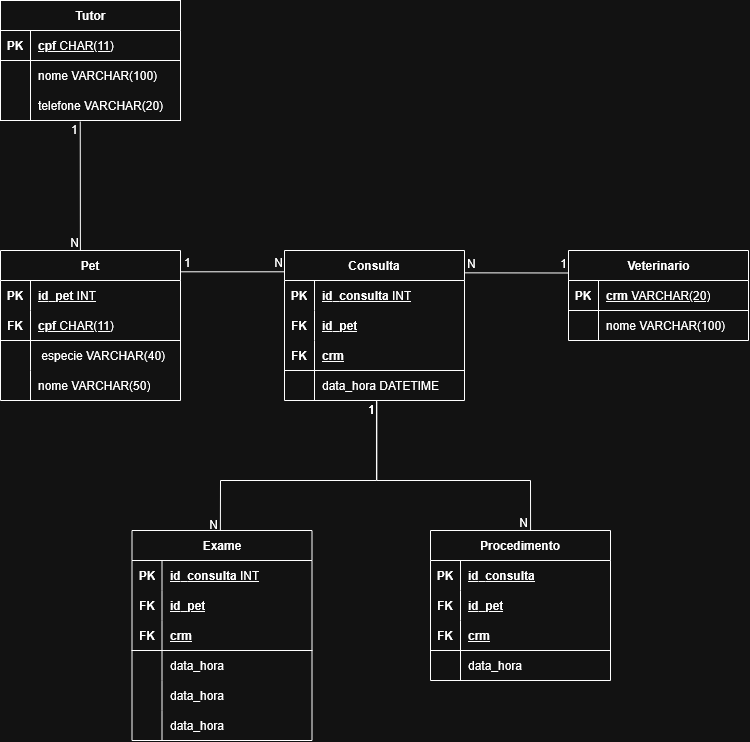
This is diagrama/logico.png from tharsosvert/veterinaria-senai, a draw.io export, as it was before one commit. Source tidied: cells renumbered, new cells last; positions are measured from the earlier drawing's top-left corner, leaving out a move shared by most shapes.
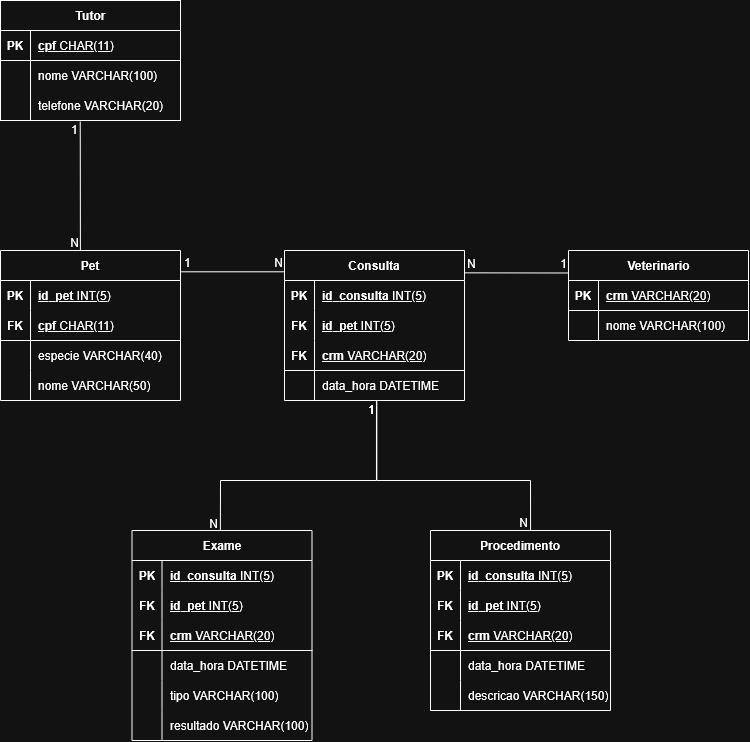
Later version of the same file.

What changed in the source:
```diff
@@ -29,7 +29,7 @@
     <mxCell id="10" style="shape=partialRectangle;fillColor=none;top=0;left=0;bottom=0;right=0;overflow=hidden;whiteSpace=wrap;html=1;" parent="9" vertex="1">
       <mxGeometry width="30" height="30" as="geometry" />
     </mxCell>
-    <mxCell id="11" value="telefone&amp;nbsp;VARCHAR(20)" style="shape=partialRectangle;fillColor=none;top=0;left=0;bottom=0;right=0;align=left;spacingLeft=6;overflow=hidden;whiteSpace=wrap;html=1;" parent="9" vertex="1">
+    <mxCell id="11" value="telefone VARCHAR(20)" style="shape=partialRectangle;fillColor=none;top=0;left=0;bottom=0;right=0;align=left;spacingLeft=6;overflow=hidden;whiteSpace=wrap;html=1;" parent="9" vertex="1">
       <mxGeometry x="30" width="150" height="30" as="geometry" />
     </mxCell>
     <mxCell id="12" value="Veterinario" style="shape=table;startSize=30;rowLines=0;fontStyle=1;align=center;html=1;" parent="1" vertex="1">
@@ -62,7 +62,7 @@
     <mxCell id="21" value="PK" style="shape=partialRectangle;fillColor=none;top=0;left=0;bottom=0;right=0;fontStyle=1;overflow=hidden;html=1;whiteSpace=wrap;" parent="20" vertex="1">
       <mxGeometry width="30" height="30" as="geometry" />
     </mxCell>
-    <mxCell id="22" value="id_pet&lt;span style=&quot;font-weight: normal;&quot;&gt;&amp;nbsp;INT&lt;/span&gt;" style="shape=partialRectangle;fillColor=none;top=0;left=0;bottom=0;right=0;align=left;spacingLeft=6;fontStyle=5;overflow=hidden;html=1;whiteSpace=wrap;" parent="20" vertex="1">
+    <mxCell id="22" value="id_pet&lt;span style=&quot;font-weight: normal;&quot;&gt;&amp;nbsp;INT(5)&lt;/span&gt;" style="shape=partialRectangle;fillColor=none;top=0;left=0;bottom=0;right=0;align=left;spacingLeft=6;fontStyle=5;overflow=hidden;html=1;whiteSpace=wrap;" parent="20" vertex="1">
       <mxGeometry x="30" width="150" height="30" as="geometry" />
     </mxCell>
     <mxCell id="23" style="shape=tableRow;horizontal=0;startSize=0;swimlaneHead=0;swimlaneBody=0;fillColor=none;top=0;left=0;right=0;bottom=1;html=1;" parent="19" vertex="1">
@@ -80,7 +80,7 @@
     <mxCell id="27" style="shape=partialRectangle;fillColor=none;top=0;left=0;bottom=0;right=0;overflow=hidden;html=1;whiteSpace=wrap;" parent="26" vertex="1">
       <mxGeometry width="30" height="30" as="geometry" />
     </mxCell>
-    <mxCell id="28" value="&amp;nbsp;especie VARCHAR(40)" style="shape=partialRectangle;fillColor=none;top=0;left=0;bottom=0;right=0;align=left;spacingLeft=6;overflow=hidden;html=1;whiteSpace=wrap;" parent="26" vertex="1">
+    <mxCell id="28" value="especie VARCHAR(40)" style="shape=partialRectangle;fillColor=none;top=0;left=0;bottom=0;right=0;align=left;spacingLeft=6;overflow=hidden;html=1;whiteSpace=wrap;" parent="26" vertex="1">
       <mxGeometry x="30" width="150" height="30" as="geometry" />
     </mxCell>
     <mxCell id="29" style="shape=tableRow;horizontal=0;startSize=0;swimlaneHead=0;swimlaneBody=0;fillColor=none;top=0;left=0;right=0;bottom=0;html=1;" parent="19" vertex="1">
@@ -101,7 +101,7 @@
     <mxCell id="34" value="PK" style="shape=partialRectangle;fillColor=none;top=0;left=0;bottom=0;right=0;fontStyle=1;overflow=hidden;html=1;whiteSpace=wrap;" parent="33" vertex="1">
       <mxGeometry width="30" height="30" as="geometry" />
     </mxCell>
-    <mxCell id="35" value="id_consulta&lt;span style=&quot;font-weight: normal;&quot;&gt; INT&lt;/span&gt;" style="shape=partialRectangle;fillColor=none;top=0;left=0;bottom=0;right=0;align=left;spacingLeft=6;fontStyle=5;overflow=hidden;html=1;whiteSpace=wrap;" parent="33" vertex="1">
+    <mxCell id="35" value="id_consulta&lt;span style=&quot;font-weight: normal;&quot;&gt; INT(5)&lt;/span&gt;" style="shape=partialRectangle;fillColor=none;top=0;left=0;bottom=0;right=0;align=left;spacingLeft=6;fontStyle=5;overflow=hidden;html=1;whiteSpace=wrap;" parent="33" vertex="1">
       <mxGeometry x="30" width="150" height="30" as="geometry" />
     </mxCell>
     <mxCell id="36" style="shape=tableRow;horizontal=0;startSize=0;swimlaneHead=0;swimlaneBody=0;fillColor=none;top=0;left=0;right=0;bottom=0;html=1;" parent="32" vertex="1">
@@ -110,7 +110,7 @@
     <mxCell id="37" value="FK" style="shape=partialRectangle;fillColor=none;top=0;left=0;bottom=0;right=0;fontStyle=1;overflow=hidden;html=1;whiteSpace=wrap;" parent="36" vertex="1">
       <mxGeometry width="30" height="30" as="geometry" />
     </mxCell>
-    <mxCell id="38" value="id_pet" style="shape=partialRectangle;fillColor=none;top=0;left=0;bottom=0;right=0;align=left;spacingLeft=6;fontStyle=5;overflow=hidden;html=1;whiteSpace=wrap;" parent="36" vertex="1">
+    <mxCell id="38" value="id_pet&lt;span style=&quot;font-weight: normal;&quot;&gt; INT(5)&lt;/span&gt;" style="shape=partialRectangle;fillColor=none;top=0;left=0;bottom=0;right=0;align=left;spacingLeft=6;fontStyle=5;overflow=hidden;html=1;whiteSpace=wrap;" parent="36" vertex="1">
       <mxGeometry x="30" width="150" height="30" as="geometry" />
     </mxCell>
     <mxCell id="39" style="shape=tableRow;horizontal=0;startSize=0;swimlaneHead=0;swimlaneBody=0;fillColor=none;top=0;left=0;right=0;bottom=1;html=1;" parent="32" vertex="1">
@@ -119,7 +119,7 @@
     <mxCell id="40" value="FK" style="shape=partialRectangle;fillColor=none;top=0;left=0;bottom=0;right=0;fontStyle=1;overflow=hidden;html=1;whiteSpace=wrap;" parent="39" vertex="1">
       <mxGeometry width="30" height="30" as="geometry" />
     </mxCell>
-    <mxCell id="41" value="crm" style="shape=partialRectangle;fillColor=none;top=0;left=0;bottom=0;right=0;align=left;spacingLeft=6;fontStyle=5;overflow=hidden;html=1;whiteSpace=wrap;" parent="39" vertex="1">
+    <mxCell id="41" value="crm &lt;span style=&quot;font-weight: normal;&quot;&gt;VARCHAR(20)&lt;/span&gt;" style="shape=partialRectangle;fillColor=none;top=0;left=0;bottom=0;right=0;align=left;spacingLeft=6;fontStyle=5;overflow=hidden;html=1;whiteSpace=wrap;" parent="39" vertex="1">
       <mxGeometry x="30" width="150" height="30" as="geometry" />
     </mxCell>
     <mxCell id="42" style="shape=tableRow;horizontal=0;startSize=0;swimlaneHead=0;swimlaneBody=0;fillColor=none;points=[[0,0.5],[1,0.5]];portConstraint=eastwest;top=0;left=0;right=0;bottom=0;html=1;" parent="32" vertex="1">
@@ -140,7 +140,7 @@
     <mxCell id="47" value="PK" style="shape=partialRectangle;fillColor=none;top=0;left=0;bottom=0;right=0;fontStyle=1;overflow=hidden;html=1;whiteSpace=wrap;" parent="46" vertex="1">
       <mxGeometry width="30" height="30" as="geometry" />
     </mxCell>
-    <mxCell id="48" value="id_consulta&lt;span style=&quot;font-weight: normal;&quot;&gt; INT&lt;/span&gt;" style="shape=partialRectangle;fillColor=none;top=0;left=0;bottom=0;right=0;align=left;spacingLeft=6;fontStyle=5;overflow=hidden;html=1;whiteSpace=wrap;" parent="46" vertex="1">
+    <mxCell id="48" value="id_consulta&lt;span style=&quot;font-weight: normal;&quot;&gt; INT(5)&lt;/span&gt;" style="shape=partialRectangle;fillColor=none;top=0;left=0;bottom=0;right=0;align=left;spacingLeft=6;fontStyle=5;overflow=hidden;html=1;whiteSpace=wrap;" parent="46" vertex="1">
       <mxGeometry x="30" width="150" height="30" as="geometry" />
     </mxCell>
     <mxCell id="49" style="shape=tableRow;horizontal=0;startSize=0;swimlaneHead=0;swimlaneBody=0;fillColor=none;top=0;left=0;right=0;bottom=0;html=1;" parent="45" vertex="1">
@@ -149,7 +149,7 @@
     <mxCell id="50" value="FK" style="shape=partialRectangle;fillColor=none;top=0;left=0;bottom=0;right=0;fontStyle=1;overflow=hidden;html=1;whiteSpace=wrap;" parent="49" vertex="1">
       <mxGeometry width="30" height="30" as="geometry" />
     </mxCell>
-    <mxCell id="51" value="id_pet" style="shape=partialRectangle;fillColor=none;top=0;left=0;bottom=0;right=0;align=left;spacingLeft=6;fontStyle=5;overflow=hidden;html=1;whiteSpace=wrap;" parent="49" vertex="1">
+    <mxCell id="51" value="id_pet&lt;span style=&quot;font-weight: normal;&quot;&gt; INT(5)&lt;/span&gt;" style="shape=partialRectangle;fillColor=none;top=0;left=0;bottom=0;right=0;align=left;spacingLeft=6;fontStyle=5;overflow=hidden;html=1;whiteSpace=wrap;" parent="49" vertex="1">
       <mxGeometry x="30" width="150" height="30" as="geometry" />
     </mxCell>
     <mxCell id="52" style="shape=tableRow;horizontal=0;startSize=0;swimlaneHead=0;swimlaneBody=0;fillColor=none;top=0;left=0;right=0;bottom=1;html=1;" parent="45" vertex="1">
@@ -158,7 +158,7 @@
     <mxCell id="53" value="FK" style="shape=partialRectangle;fillColor=none;top=0;left=0;bottom=0;right=0;fontStyle=1;overflow=hidden;html=1;whiteSpace=wrap;" parent="52" vertex="1">
       <mxGeometry width="30" height="30" as="geometry" />
     </mxCell>
-    <mxCell id="54" value="crm" style="shape=partialRectangle;fillColor=none;top=0;left=0;bottom=0;right=0;align=left;spacingLeft=6;fontStyle=5;overflow=hidden;html=1;whiteSpace=wrap;" parent="52" vertex="1">
+    <mxCell id="54" value="crm &lt;span style=&quot;font-weight: normal;&quot;&gt;VARCHAR(20)&lt;/span&gt;" style="shape=partialRectangle;fillColor=none;top=0;left=0;bottom=0;right=0;align=left;spacingLeft=6;fontStyle=5;overflow=hidden;html=1;whiteSpace=wrap;" parent="52" vertex="1">
       <mxGeometry x="30" width="150" height="30" as="geometry" />
     </mxCell>
     <mxCell id="55" style="shape=tableRow;horizontal=0;startSize=0;swimlaneHead=0;swimlaneBody=0;fillColor=none;top=0;left=0;right=0;bottom=0;html=1;" parent="45" vertex="1">
@@ -167,29 +167,29 @@
     <mxCell id="56" style="shape=partialRectangle;fillColor=none;top=0;left=0;bottom=0;right=0;overflow=hidden;html=1;whiteSpace=wrap;" parent="55" vertex="1">
       <mxGeometry width="30" height="30" as="geometry" />
     </mxCell>
-    <mxCell id="57" value="data_hora" style="shape=partialRectangle;fillColor=none;top=0;left=0;bottom=0;right=0;align=left;spacingLeft=6;overflow=hidden;html=1;whiteSpace=wrap;" parent="55" vertex="1">
+    <mxCell id="57" value="data_hora DATETIME" style="shape=partialRectangle;fillColor=none;top=0;left=0;bottom=0;right=0;align=left;spacingLeft=6;overflow=hidden;html=1;whiteSpace=wrap;" parent="55" vertex="1">
       <mxGeometry x="30" width="150" height="30" as="geometry" />
     </mxCell>
-    <mxCell id="58" style="shape=tableRow;horizontal=0;startSize=0;swimlaneHead=0;swimlaneBody=0;fillColor=none;top=0;left=0;right=0;bottom=0;html=1;" parent="45" vertex="1">
-      <mxGeometry y="150" width="180" height="30" as="geometry" />
-    </mxCell>
-    <mxCell id="59" style="shape=partialRectangle;fillColor=none;top=0;left=0;bottom=0;right=0;overflow=hidden;html=1;whiteSpace=wrap;" parent="58" vertex="1">
-      <mxGeometry width="30" height="30" as="geometry" />
-    </mxCell>
-    <mxCell id="60" value="data_hora" style="shape=partialRectangle;fillColor=none;top=0;left=0;bottom=0;right=0;align=left;spacingLeft=6;overflow=hidden;html=1;whiteSpace=wrap;" parent="58" vertex="1">
-      <mxGeometry x="30" width="150" height="30" as="geometry" />
-    </mxCell>
+    <mxCell id="92" style="shape=tableRow;horizontal=0;startSize=0;swimlaneHead=0;swimlaneBody=0;fillColor=none;top=0;left=0;right=0;bottom=0;html=1;" parent="45" vertex="1">
+      <mxGeometry y="150" width="180" height="30" as="geometry" />
+    </mxCell>
+    <mxCell id="93" style="shape=partialRectangle;fillColor=none;top=0;left=0;bottom=0;right=0;overflow=hidden;html=1;whiteSpace=wrap;" parent="92" vertex="1">
+      <mxGeometry width="30" height="30" as="geometry" />
+    </mxCell>
+    <mxCell id="94" value="tipo VARCHAR(100)" style="shape=partialRectangle;fillColor=none;top=0;left=0;bottom=0;right=0;align=left;spacingLeft=6;overflow=hidden;html=1;whiteSpace=wrap;" parent="92" vertex="1">
+      <mxGeometry x="30" width="150" height="30" as="geometry" />
+    </mxCell>
     <mxCell id="61" style="shape=tableRow;horizontal=0;startSize=0;swimlaneHead=0;swimlaneBody=0;fillColor=none;top=0;left=0;right=0;bottom=0;html=1;" parent="45" vertex="1">
       <mxGeometry y="180" width="180" height="30" as="geometry" />
     </mxCell>
-    <mxCell id="62" style="shape=partialRectangle;fillColor=none;top=0;left=0;bottom=0;right=0;overflow=hidden;html=1;whiteSpace=wrap;" parent="61" vertex="1">
-      <mxGeometry width="30" height="30" as="geometry" />
-    </mxCell>
-    <mxCell id="63" value="data_hora" style="shape=partialRectangle;fillColor=none;top=0;left=0;bottom=0;right=0;align=left;spacingLeft=6;overflow=hidden;html=1;whiteSpace=wrap;" parent="61" vertex="1">
-      <mxGeometry x="30" width="150" height="30" as="geometry" />
-    </mxCell>
+    <mxCell id="95" style="shape=partialRectangle;fillColor=none;top=0;left=0;bottom=0;right=0;overflow=hidden;html=1;whiteSpace=wrap;" parent="61" vertex="1">
+      <mxGeometry width="30" height="30" as="geometry" />
+    </mxCell>
+    <mxCell id="96" value="resultado VARCHAR(100)" style="shape=partialRectangle;fillColor=none;top=0;left=0;bottom=0;right=0;align=left;spacingLeft=6;overflow=hidden;html=1;whiteSpace=wrap;" parent="61" vertex="1">
+      <mxGeometry x="30" width="150" height="30" as="geometry" />
+    </mxCell>
     <mxCell id="64" value="&lt;div&gt;Procedimento&lt;/div&gt;" style="shape=table;startSize=30;rowLines=0;fontStyle=1;align=center;html=1;whiteSpace=wrap;" parent="1" vertex="1">
-      <mxGeometry x="430" y="530" width="180" height="150" as="geometry" />
+      <mxGeometry x="430" y="530" width="180" height="180" as="geometry" />
     </mxCell>
     <mxCell id="65" style="shape=tableRow;horizontal=0;startSize=0;swimlaneHead=0;swimlaneBody=0;fillColor=none;top=0;left=0;right=0;bottom=0;html=1;" parent="64" vertex="1">
       <mxGeometry y="30" width="180" height="30" as="geometry" />
@@ -197,7 +197,7 @@
     <mxCell id="66" value="PK" style="shape=partialRectangle;fillColor=none;top=0;left=0;bottom=0;right=0;fontStyle=1;overflow=hidden;html=1;whiteSpace=wrap;" parent="65" vertex="1">
       <mxGeometry width="30" height="30" as="geometry" />
     </mxCell>
-    <mxCell id="67" value="id_consulta" style="shape=partialRectangle;fillColor=none;top=0;left=0;bottom=0;right=0;align=left;spacingLeft=6;fontStyle=5;overflow=hidden;html=1;whiteSpace=wrap;" parent="65" vertex="1">
+    <mxCell id="67" value="id_consulta&lt;span style=&quot;font-weight: normal;&quot;&gt; INT(5)&lt;/span&gt;" style="shape=partialRectangle;fillColor=none;top=0;left=0;bottom=0;right=0;align=left;spacingLeft=6;fontStyle=5;overflow=hidden;html=1;whiteSpace=wrap;" parent="65" vertex="1">
       <mxGeometry x="30" width="150" height="30" as="geometry" />
     </mxCell>
     <mxCell id="68" style="shape=tableRow;horizontal=0;startSize=0;swimlaneHead=0;swimlaneBody=0;fillColor=none;top=0;left=0;right=0;bottom=0;html=1;" parent="64" vertex="1">
@@ -206,7 +206,7 @@
     <mxCell id="69" value="FK" style="shape=partialRectangle;fillColor=none;top=0;left=0;bottom=0;right=0;fontStyle=1;overflow=hidden;html=1;whiteSpace=wrap;" parent="68" vertex="1">
       <mxGeometry width="30" height="30" as="geometry" />
     </mxCell>
-    <mxCell id="70" value="id_pet" style="shape=partialRectangle;fillColor=none;top=0;left=0;bottom=0;right=0;align=left;spacingLeft=6;fontStyle=5;overflow=hidden;html=1;whiteSpace=wrap;" parent="68" vertex="1">
+    <mxCell id="70" value="id_pet&lt;span style=&quot;font-weight: normal;&quot;&gt; INT(5)&lt;/span&gt;" style="shape=partialRectangle;fillColor=none;top=0;left=0;bottom=0;right=0;align=left;spacingLeft=6;fontStyle=5;overflow=hidden;html=1;whiteSpace=wrap;" parent="68" vertex="1">
       <mxGeometry x="30" width="150" height="30" as="geometry" />
     </mxCell>
     <mxCell id="71" style="shape=tableRow;horizontal=0;startSize=0;swimlaneHead=0;swimlaneBody=0;fillColor=none;top=0;left=0;right=0;bottom=1;html=1;" parent="64" vertex="1">
@@ -215,7 +215,7 @@
     <mxCell id="72" value="FK" style="shape=partialRectangle;fillColor=none;top=0;left=0;bottom=0;right=0;fontStyle=1;overflow=hidden;html=1;whiteSpace=wrap;" parent="71" vertex="1">
       <mxGeometry width="30" height="30" as="geometry" />
     </mxCell>
-    <mxCell id="73" value="crm" style="shape=partialRectangle;fillColor=none;top=0;left=0;bottom=0;right=0;align=left;spacingLeft=6;fontStyle=5;overflow=hidden;html=1;whiteSpace=wrap;" parent="71" vertex="1">
+    <mxCell id="73" value="crm &lt;span style=&quot;font-weight: normal;&quot;&gt;VARCHAR(20)&lt;/span&gt;" style="shape=partialRectangle;fillColor=none;top=0;left=0;bottom=0;right=0;align=left;spacingLeft=6;fontStyle=5;overflow=hidden;html=1;whiteSpace=wrap;" parent="71" vertex="1">
       <mxGeometry x="30" width="150" height="30" as="geometry" />
     </mxCell>
     <mxCell id="74" style="shape=tableRow;horizontal=0;startSize=0;swimlaneHead=0;swimlaneBody=0;fillColor=none;top=0;left=0;right=0;bottom=0;html=1;" parent="64" vertex="1">
@@ -224,9 +224,18 @@
     <mxCell id="75" style="shape=partialRectangle;fillColor=none;top=0;left=0;bottom=0;right=0;overflow=hidden;html=1;whiteSpace=wrap;" parent="74" vertex="1">
       <mxGeometry width="30" height="30" as="geometry" />
     </mxCell>
-    <mxCell id="76" value="data_hora" style="shape=partialRectangle;fillColor=none;top=0;left=0;bottom=0;right=0;align=left;spacingLeft=6;overflow=hidden;html=1;whiteSpace=wrap;" parent="74" vertex="1">
+    <mxCell id="76" value="data_hora DATETIME" style="shape=partialRectangle;fillColor=none;top=0;left=0;bottom=0;right=0;align=left;spacingLeft=6;overflow=hidden;html=1;whiteSpace=wrap;" parent="74" vertex="1">
       <mxGeometry x="30" width="150" height="30" as="geometry" />
     </mxCell>
+    <mxCell id="97" style="shape=tableRow;horizontal=0;startSize=0;swimlaneHead=0;swimlaneBody=0;fillColor=none;top=0;left=0;right=0;bottom=0;html=1;" parent="64" vertex="1">
+      <mxGeometry y="150" width="180" height="30" as="geometry" />
+    </mxCell>
+    <mxCell id="98" style="shape=partialRectangle;fillColor=none;top=0;left=0;bottom=0;right=0;overflow=hidden;html=1;whiteSpace=wrap;" parent="97" vertex="1">
+      <mxGeometry width="30" height="30" as="geometry" />
+    </mxCell>
+    <mxCell id="99" value="descricao VARCHAR(150)" style="shape=partialRectangle;fillColor=none;top=0;left=0;bottom=0;right=0;align=left;spacingLeft=6;overflow=hidden;html=1;whiteSpace=wrap;" parent="97" vertex="1">
+      <mxGeometry x="30" width="150" height="30" as="geometry" />
+    </mxCell>
     <mxCell id="77" style="endArrow=none;html=1;rounded=0;defaultLabelBackgroundColor=page;entryX=0;entryY=0.25;entryDx=0;entryDy=0;exitX=1.003;exitY=0.149;exitDx=0;exitDy=0;exitPerimeter=0;" parent="1" edge="1" source="32" target="12">
       <mxGeometry relative="1" as="geometry" />
     </mxCell>
@@ -273,7 +282,7 @@
     </mxCell>
     <mxCell id="88" value="N" style="html=1;whiteSpace=wrap;align=right;verticalAlign=bottom;" parent="86" vertex="1">
       <mxGeometry x="0.18" relative="1" as="geometry">
-        <mxPoint x="-68" y="53" as="offset" />
+        <mxPoint x="-68" y="52" as="offset" />
       </mxGeometry>
     </mxCell>
     <mxCell id="89" style="endArrow=none;html=1;rounded=0;defaultLabelBackgroundColor=page;exitX=0.513;exitY=1.027;exitDx=0;exitDy=0;exitPerimeter=0;entryX=0.556;entryY=-0.002;entryDx=0;entryDy=0;entryPerimeter=0;" parent="1" edge="1" source="42" target="64">
```
